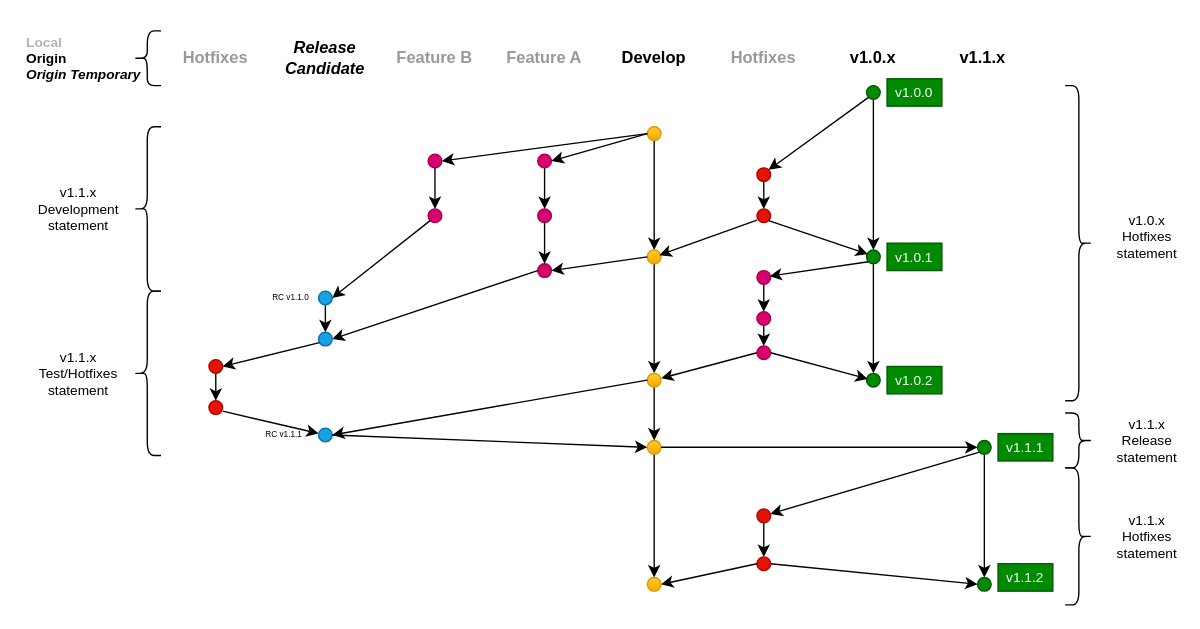
Earlier version of the draw.io diagram gitflow1.drawio (bigkernel/docs). Source tidied: cells renumbered, new cells numbered last; positions are measured from the earlier drawing's top-left corner, leaving out a move shared by most shapes. Both pictures are drawn from the tidied source at 137%, with x=0, y=0 at pixel (23, 23).
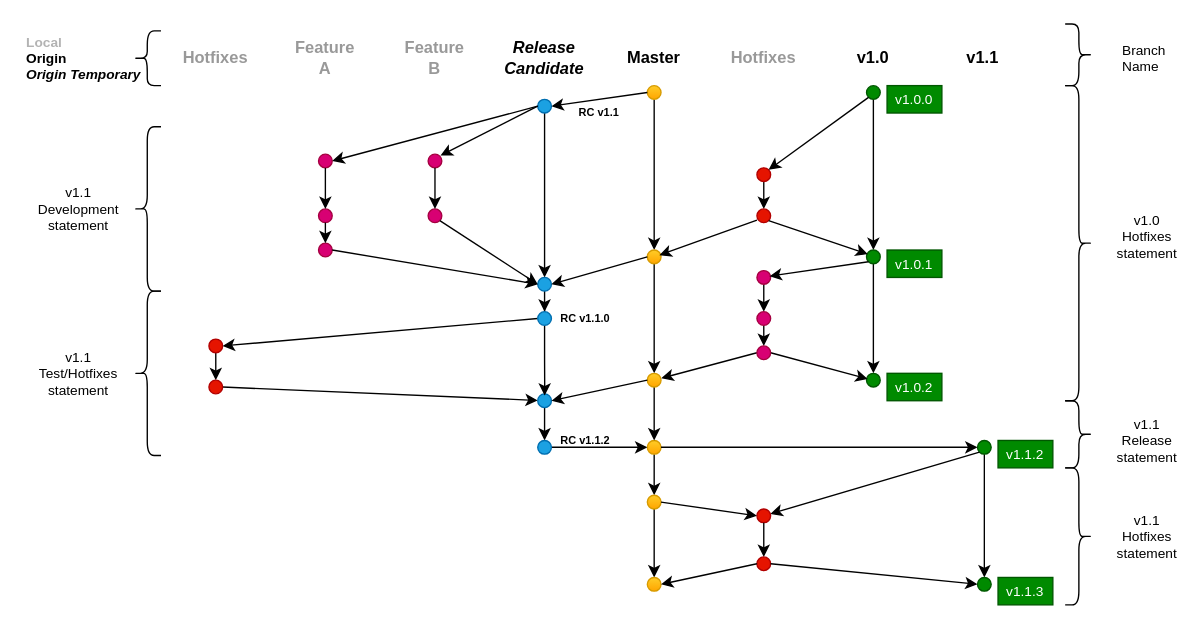
After the change.

Unchanged cells that the change refers to:
```xml
<mxCell id="15" style="ellipse;whiteSpace=wrap;html=1;fillColor=#d80073;strokeColor=#A50040;fontColor=#ffffff;" parent="1" vertex="1">
  <mxGeometry x="295" y="95" width="10" height="10" as="geometry" />
</mxCell>
<mxCell id="17" style="ellipse;whiteSpace=wrap;html=1;fillColor=#d80073;strokeColor=#A50040;fontColor=#ffffff;" parent="1" vertex="1">
  <mxGeometry x="295" y="135" width="10" height="10" as="geometry" />
</mxCell>
<mxCell id="37" style="ellipse;whiteSpace=wrap;html=1;fillColor=#ffcd28;strokeColor=#d79b00;gradientColor=#ffa500;" parent="1" vertex="1">
  <mxGeometry x="455" y="304" width="10" height="10" as="geometry" />
</mxCell>
<mxCell id="40" style="ellipse;whiteSpace=wrap;html=1;fillColor=#ffcd28;strokeColor=#d79b00;gradientColor=#ffa500;" parent="1" vertex="1">
  <mxGeometry x="455" y="165" width="10" height="10" as="geometry" />
</mxCell>
<mxCell id="65" style="ellipse;whiteSpace=wrap;html=1;fillColor=#e51400;strokeColor=#B20000;fontColor=#ffffff;" parent="1" vertex="1">
  <mxGeometry x="535" y="354" width="10" height="10" as="geometry" />
</mxCell>
<mxCell id="68" style="ellipse;whiteSpace=wrap;html=1;fillColor=#ffcd28;strokeColor=#d79b00;gradientColor=#ffa500;" parent="1" vertex="1">
  <mxGeometry x="455" y="404" width="10" height="10" as="geometry" />
</mxCell>
```

The edit, as a diff of the source:
```diff
@@
-    <mxCell id="2" value="v1.0.x" style="text;html=1;strokeColor=none;fillColor=none;align=center;verticalAlign=middle;whiteSpace=wrap;rounded=0;fontStyle=1;" parent="1" vertex="1">
+    <mxCell id="2" value="v1.0" style="text;html=1;strokeColor=none;fillColor=none;align=center;verticalAlign=middle;whiteSpace=wrap;rounded=0;fontStyle=1;" parent="1" vertex="1">
       <mxGeometry x="600" y="15" width="40" height="20" as="geometry" />
     </mxCell>
     <mxCell id="3" value="Release Candidate" style="text;html=1;strokeColor=none;fillColor=none;align=center;verticalAlign=middle;whiteSpace=wrap;rounded=0;fontStyle=3;" parent="1" vertex="1">
-      <mxGeometry x="200" y="15" width="40" height="20" as="geometry" />
+      <mxGeometry x="360" y="15" width="40" height="20" as="geometry" />
     </mxCell>
     <mxCell id="4" value="Feature A" style="text;html=1;strokeColor=none;fillColor=none;align=center;verticalAlign=middle;whiteSpace=wrap;rounded=0;fontColor=#999999;fontStyle=1;" parent="1" vertex="1">
-      <mxGeometry x="350" y="15" width="60" height="20" as="geometry" />
+      <mxGeometry x="200" y="15" width="40" height="20" as="geometry" />
     </mxCell>
-    <mxCell id="5" value="Develop" style="text;html=1;strokeColor=none;fillColor=none;align=center;verticalAlign=middle;whiteSpace=wrap;rounded=0;fontStyle=1;" parent="1" vertex="1">
+    <mxCell id="5" value="Master" style="text;html=1;strokeColor=none;fillColor=none;align=center;verticalAlign=middle;whiteSpace=wrap;rounded=0;fontStyle=1;" parent="1" vertex="1">
       <mxGeometry x="440" y="15" width="40" height="20" as="geometry" />
     </mxCell>
@@
     <mxCell id="10" style="ellipse;whiteSpace=wrap;html=1;fillColor=#ffcd28;strokeColor=#d79b00;gradientColor=#ffa500;" parent="1" vertex="1">
-      <mxGeometry x="455" y="75" width="10" height="10" as="geometry" />
+      <mxGeometry x="455" y="45" width="10" height="10" as="geometry" />
     </mxCell>
     <mxCell id="11" value="Feature B" style="text;html=1;strokeColor=none;fillColor=none;align=center;verticalAlign=middle;whiteSpace=wrap;rounded=0;fontColor=#999999;fontStyle=1;" parent="1" vertex="1">
-      <mxGeometry x="270" y="15" width="60" height="20" as="geometry" />
+      <mxGeometry x="280" y="15" width="40" height="20" as="geometry" />
     </mxCell>
     <mxCell id="12" style="ellipse;whiteSpace=wrap;html=1;fillColor=#d80073;strokeColor=#A50040;fontColor=#ffffff;" parent="1" vertex="1">
-      <mxGeometry x="375" y="95" width="10" height="10" as="geometry" />
+      <mxGeometry x="215" y="95" width="10" height="10" as="geometry" />
     </mxCell>
-    <mxCell id="13" style="endArrow=classic;html=1;exitX=0;exitY=0.5;exitDx=0;exitDy=0;entryX=1;entryY=0.5;entryDx=0;entryDy=0;elbow=vertical;" parent="1" edge="1" source="10" target="12">
-      <mxGeometry relative="1" as="geometry" />
-    </mxCell>
     <mxCell id="14" value="v1.0.0" style="text;html=1;strokeColor=#005700;fillColor=#008a00;align=center;verticalAlign=middle;whiteSpace=wrap;rounded=0;fontSize=10;fontColor=#ffffff;" parent="1" vertex="1">
-      <mxGeometry x="630" y="40" width="40" height="20" as="geometry" />
+      <mxGeometry x="630" y="45" width="40" height="20" as="geometry" />
     </mxCell>
@@
-    <mxCell id="16" style="endArrow=classic;html=1;exitX=0;exitY=0.5;exitDx=0;exitDy=0;entryX=1;entryY=0.5;entryDx=0;entryDy=0;elbow=vertical;" parent="1" edge="1" source="10" target="15">
-      <mxGeometry relative="1" as="geometry" />
-    </mxCell>
@@
     <mxCell id="18" style="ellipse;whiteSpace=wrap;html=1;fillColor=#d80073;strokeColor=#A50040;fontColor=#ffffff;" parent="1" vertex="1">
-      <mxGeometry x="375" y="175" width="10" height="10" as="geometry" />
+      <mxGeometry x="215" y="160" width="10" height="10" as="geometry" />
     </mxCell>
     <mxCell id="19" style="ellipse;whiteSpace=wrap;html=1;fillColor=#d80073;strokeColor=#A50040;fontColor=#ffffff;" parent="1" vertex="1">
-      <mxGeometry x="375" y="135" width="10" height="10" as="geometry" />
+      <mxGeometry x="215" y="135" width="10" height="10" as="geometry" />
     </mxCell>
@@
     <mxCell id="24" style="ellipse;whiteSpace=wrap;html=1;fillColor=#1ba1e2;strokeColor=#006EAF;fontColor=#ffffff;" parent="1" vertex="1">
-      <mxGeometry x="215" y="195" width="10" height="10" as="geometry" />
+      <mxGeometry x="375" y="55" width="10" height="10" as="geometry" />
     </mxCell>
-    <mxCell id="25" style="endArrow=classic;html=1;exitX=0;exitY=1;exitDx=0;exitDy=0;entryX=1;entryY=0.5;entryDx=0;entryDy=0;elbow=vertical;" parent="1" edge="1" source="17" target="24">
-      <mxGeometry relative="1" as="geometry" />
-    </mxCell>
-    <mxCell id="26" style="endArrow=classic;html=1;exitX=0;exitY=0.5;exitDx=0;exitDy=0;entryX=1;entryY=0.5;entryDx=0;entryDy=0;elbow=vertical;" parent="1" edge="1" source="18" target="29">
-      <mxGeometry relative="1" as="geometry" />
-    </mxCell>
-    <mxCell id="27" value="RC v1.1.0" style="text;html=1;strokeColor=none;fillColor=none;align=center;verticalAlign=middle;whiteSpace=wrap;rounded=0;fontSize=6;" parent="1" vertex="1">
-      <mxGeometry x="175" y="190" width="40" height="20" as="geometry" />
+    <mxCell id="27" value="RC v1.1" style="text;html=1;strokeColor=none;fillColor=none;align=center;verticalAlign=middle;whiteSpace=wrap;rounded=0;fontSize=8;fontStyle=1;" parent="1" vertex="1">
+      <mxGeometry x="400" y="55" width="40" height="20" as="geometry" />
     </mxCell>
-    <mxCell id="28" style="edgeStyle=none;rounded=0;jettySize=auto;html=1;fontSize=10;fontColor=#000000;exitX=1.003;exitY=0.765;exitDx=0;exitDy=0;exitPerimeter=0;" parent="1" edge="1" source="34" target="33">
+    <mxCell id="28" style="edgeStyle=none;rounded=0;jettySize=auto;html=1;fontSize=10;fontColor=#000000;exitX=1;exitY=0.5;exitDx=0;exitDy=0;" parent="1" edge="1" source="34" target="33">
       <mxGeometry relative="1" as="geometry" />
     </mxCell>
+    <mxCell id="91" style="edgeStyle=orthogonalEdgeStyle;rounded=0;jettySize=auto;html=1;" parent="1" edge="1" source="29" target="100">
+      <mxGeometry relative="1" as="geometry" />
+    </mxCell>
     <mxCell id="29" style="ellipse;whiteSpace=wrap;html=1;fillColor=#1ba1e2;strokeColor=#006EAF;fontColor=#ffffff;" parent="1" vertex="1">
-      <mxGeometry x="215" y="225" width="10" height="10" as="geometry" />
+      <mxGeometry x="375" y="185" width="10" height="10" as="geometry" />
     </mxCell>
@@
     <mxCell id="31" style="ellipse;whiteSpace=wrap;html=1;fillColor=#e51400;strokeColor=#B20000;fontColor=#ffffff;" parent="1" vertex="1">
-      <mxGeometry x="135" y="245" width="10" height="10" as="geometry" />
+      <mxGeometry x="135" y="230" width="10" height="10" as="geometry" />
     </mxCell>
-    <mxCell id="32" style="edgeStyle=none;rounded=0;jettySize=auto;html=1;fontSize=10;fontColor=#000000;entryX=1;entryY=0.5;entryDx=0;entryDy=0;exitX=0.068;exitY=0.765;exitDx=0;exitDy=0;exitPerimeter=0;" parent="1" edge="1" source="29" target="31">
+    <mxCell id="32" style="edgeStyle=none;rounded=0;jettySize=auto;html=1;fontSize=10;fontColor=#000000;entryX=1;entryY=0.5;entryDx=0;entryDy=0;exitX=0;exitY=0.5;exitDx=0;exitDy=0;" parent="1" edge="1" source="100" target="31">
       <mxGeometry relative="1" as="geometry" />
     </mxCell>
+    <mxCell id="92" style="edgeStyle=orthogonalEdgeStyle;rounded=0;jettySize=auto;html=1;fontSize=8;" parent="1" edge="1" source="33" target="102">
+      <mxGeometry relative="1" as="geometry" />
+    </mxCell>
     <mxCell id="33" style="ellipse;whiteSpace=wrap;html=1;fillColor=#1ba1e2;strokeColor=#006EAF;fontColor=#ffffff;" parent="1" vertex="1">
-      <mxGeometry x="215" y="295" width="10" height="10" as="geometry" />
+      <mxGeometry x="375" y="270" width="10" height="10" as="geometry" />
     </mxCell>
     <mxCell id="34" style="ellipse;whiteSpace=wrap;html=1;fillColor=#e51400;strokeColor=#B20000;fontColor=#ffffff;" parent="1" vertex="1">
-      <mxGeometry x="135" y="275" width="10" height="10" as="geometry" />
+      <mxGeometry x="135" y="260" width="10" height="10" as="geometry" />
     </mxCell>
-    <mxCell id="35" value="RC v1.1.1" style="text;html=1;strokeColor=none;fillColor=none;align=center;verticalAlign=middle;whiteSpace=wrap;rounded=0;fontSize=6;" parent="1" vertex="1">
-      <mxGeometry x="170" y="290" width="40" height="20" as="geometry" />
+    <mxCell id="35" value="RC v1.1.0" style="text;html=1;strokeColor=none;fillColor=none;align=center;verticalAlign=middle;whiteSpace=wrap;rounded=0;fontSize=8;fontStyle=1;" parent="1" vertex="1">
+      <mxGeometry x="390" y="205" width="40" height="20" as="geometry" />
     </mxCell>
-    <mxCell id="36" style="edgeStyle=none;rounded=0;jettySize=auto;html=1;fontSize=10;fontColor=#000000;" parent="1" edge="1" source="37" target="68">
+    <mxCell id="36" style="edgeStyle=none;rounded=0;jettySize=auto;html=1;fontSize=10;fontColor=#000000;exitX=0.5;exitY=1;exitDx=0;exitDy=0;" parent="1" edge="1" source="105" target="68">
       <mxGeometry relative="1" as="geometry" />
     </mxCell>
+    <mxCell id="93" style="edgeStyle=orthogonalEdgeStyle;rounded=0;jettySize=auto;html=1;fontSize=8;fontColor=#000000;" parent="1" edge="1" source="37" target="105">
+      <mxGeometry relative="1" as="geometry" />
+    </mxCell>
@@
-    <mxCell id="38" style="edgeStyle=none;rounded=0;jettySize=auto;html=1;fontSize=10;fontColor=#000000;exitX=1;exitY=0.5;exitDx=0;exitDy=0;entryX=0;entryY=0.5;entryDx=0;entryDy=0;" parent="1" edge="1" source="33" target="37">
+    <mxCell id="38" style="edgeStyle=none;rounded=0;jettySize=auto;html=1;fontSize=10;fontColor=#000000;exitX=1;exitY=0.5;exitDx=0;exitDy=0;entryX=0;entryY=0.5;entryDx=0;entryDy=0;" parent="1" edge="1" source="102" target="37">
       <mxGeometry relative="1" as="geometry" />
     </mxCell>
@@
     <mxCell id="52" value="v1.0.1" style="text;html=1;strokeColor=#005700;fillColor=#008a00;align=center;verticalAlign=middle;whiteSpace=wrap;rounded=0;fontSize=10;fontColor=#ffffff;" parent="1" vertex="1">
-      <mxGeometry x="630" y="160" width="40" height="20" as="geometry" />
+      <mxGeometry x="630" y="165" width="40" height="20" as="geometry" />
     </mxCell>
@@
     <mxCell id="59" value="v1.0.2" style="text;html=1;strokeColor=#005700;fillColor=#008a00;align=center;verticalAlign=middle;whiteSpace=wrap;rounded=0;fontSize=10;fontColor=#ffffff;" parent="1" vertex="1">
-      <mxGeometry x="630" y="250" width="40" height="20" as="geometry" />
+      <mxGeometry x="630" y="255" width="40" height="20" as="geometry" />
     </mxCell>
@@
-    <mxCell id="63" value="v1.1.1" style="text;html=1;strokeColor=#005700;fillColor=#008a00;align=center;verticalAlign=middle;whiteSpace=wrap;rounded=0;fontSize=10;fontColor=#ffffff;" parent="1" vertex="1">
-      <mxGeometry x="711" y="299" width="40" height="20" as="geometry" />
+    <mxCell id="63" value="v1.1.2" style="text;html=1;strokeColor=#005700;fillColor=#008a00;align=center;verticalAlign=middle;whiteSpace=wrap;rounded=0;fontSize=10;fontColor=#ffffff;" parent="1" vertex="1">
+      <mxGeometry x="711" y="304" width="40" height="20" as="geometry" />
     </mxCell>
@@
-    <mxCell id="72" value="v1.1.2" style="text;html=1;strokeColor=#005700;fillColor=#008a00;align=center;verticalAlign=middle;whiteSpace=wrap;rounded=0;fontSize=10;fontColor=#ffffff;" parent="1" vertex="1">
-      <mxGeometry x="711" y="394" width="40" height="20" as="geometry" />
+    <mxCell id="72" value="v1.1.3" style="text;html=1;strokeColor=#005700;fillColor=#008a00;align=center;verticalAlign=middle;whiteSpace=wrap;rounded=0;fontSize=10;fontColor=#ffffff;" parent="1" vertex="1">
+      <mxGeometry x="711" y="404" width="40" height="20" as="geometry" />
     </mxCell>
@@
-    <mxCell id="74" value="v1.1.x Development statement" style="text;html=1;strokeColor=none;fillColor=none;align=center;verticalAlign=middle;whiteSpace=wrap;rounded=0;fontSize=10;fontColor=#000000;" parent="1" vertex="1">
+    <mxCell id="74" value="v1.1 Development statement" style="text;html=1;strokeColor=none;fillColor=none;align=center;verticalAlign=middle;whiteSpace=wrap;rounded=0;fontSize=10;fontColor=#000000;" parent="1" vertex="1">
       <mxGeometry x="20" y="125" width="40" height="20" as="geometry" />
     </mxCell>
@@
-    <mxCell id="76" value="v1.1.x Test/Hotfixes statement" style="text;html=1;strokeColor=none;fillColor=none;align=center;verticalAlign=middle;whiteSpace=wrap;rounded=0;fontSize=10;fontColor=#000000;" parent="1" vertex="1">
+    <mxCell id="76" value="v1.1 Test/Hotfixes statement" style="text;html=1;strokeColor=none;fillColor=none;align=center;verticalAlign=middle;whiteSpace=wrap;rounded=0;fontSize=10;fontColor=#000000;" parent="1" vertex="1">
       <mxGeometry x="20" y="245" width="40" height="20" as="geometry" />
     </mxCell>
     <mxCell id="77" style="shape=curlyBracket;whiteSpace=wrap;html=1;rounded=1;fontSize=10;fontColor=#000000;direction=west;" parent="1" vertex="1">
-      <mxGeometry x="760" y="284" width="20" height="40" as="geometry" />
+      <mxGeometry x="760" y="275" width="20" height="49" as="geometry" />
     </mxCell>
-    <mxCell id="78" value="v1.1.x Release statement" style="text;html=1;strokeColor=none;fillColor=none;align=center;verticalAlign=middle;whiteSpace=wrap;rounded=0;fontSize=10;fontColor=#000000;" parent="1" vertex="1">
+    <mxCell id="78" value="v1.1 Release statement" style="text;html=1;strokeColor=none;fillColor=none;align=center;verticalAlign=middle;whiteSpace=wrap;rounded=0;fontSize=10;fontColor=#000000;" parent="1" vertex="1">
       <mxGeometry x="800" y="294" width="40" height="20" as="geometry" />
     </mxCell>
@@
-    <mxCell id="80" value="v1.1.x Hotfixes statement" style="text;html=1;strokeColor=none;fillColor=none;align=center;verticalAlign=middle;whiteSpace=wrap;rounded=0;fontSize=10;fontColor=#000000;" parent="1" vertex="1">
+    <mxCell id="80" value="v1.1 Hotfixes statement" style="text;html=1;strokeColor=none;fillColor=none;align=center;verticalAlign=middle;whiteSpace=wrap;rounded=0;fontSize=10;fontColor=#000000;" parent="1" vertex="1">
       <mxGeometry x="800" y="364" width="40" height="20" as="geometry" />
     </mxCell>
@@
-    <mxCell id="82" value="v1.0.x Hotfixes statement" style="text;html=1;strokeColor=none;fillColor=none;align=center;verticalAlign=middle;whiteSpace=wrap;rounded=0;fontSize=10;fontColor=#000000;" parent="1" vertex="1">
+    <mxCell id="82" value="v1.0 Hotfixes statement" style="text;html=1;strokeColor=none;fillColor=none;align=center;verticalAlign=middle;whiteSpace=wrap;rounded=0;fontSize=10;fontColor=#000000;" parent="1" vertex="1">
       <mxGeometry x="800" y="145" width="40" height="20" as="geometry" />
     </mxCell>
-    <mxCell id="83" style="endArrow=classic;html=1;exitX=0;exitY=0.5;exitDx=0;exitDy=0;elbow=vertical;entryX=1;entryY=0.5;entryDx=0;entryDy=0;" parent="1" edge="1" source="40" target="18">
-      <mxGeometry relative="1" as="geometry" />
-    </mxCell>
@@
-    <mxCell id="89" value="v1.1.x" style="text;html=1;strokeColor=none;fillColor=none;align=center;verticalAlign=middle;whiteSpace=wrap;rounded=0;fontStyle=1;" parent="1" vertex="1">
+    <mxCell id="89" value="v1.1" style="text;html=1;strokeColor=none;fillColor=none;align=center;verticalAlign=middle;whiteSpace=wrap;rounded=0;fontStyle=1;" parent="1" vertex="1">
       <mxGeometry x="680" y="15" width="40" height="20" as="geometry" />
     </mxCell>
@@
+    <mxCell id="94" style="endArrow=classic;html=1;entryX=1;entryY=0.5;entryDx=0;entryDy=0;exitX=0;exitY=0.5;exitDx=0;exitDy=0;" parent="1" edge="1" source="10" target="24">
+      <mxGeometry relative="1" as="geometry" />
+    </mxCell>
+    <mxCell id="95" style="endArrow=classic;html=1;exitX=0;exitY=0.5;exitDx=0;exitDy=0;" parent="1" edge="1" source="24">
+      <mxGeometry relative="1" as="geometry">
+        <mxPoint x="304" y="96" as="targetPoint" />
+      </mxGeometry>
+    </mxCell>
+    <mxCell id="96" style="endArrow=classic;html=1;entryX=1;entryY=0.5;entryDx=0;entryDy=0;exitX=0;exitY=0.5;exitDx=0;exitDy=0;" parent="1" edge="1" source="24" target="12">
+      <mxGeometry relative="1" as="geometry" />
+    </mxCell>
+    <mxCell id="97" style="endArrow=classic;html=1;entryX=0;entryY=0.5;entryDx=0;entryDy=0;exitX=1;exitY=1;exitDx=0;exitDy=0;" parent="1" edge="1" source="17" target="29">
+      <mxGeometry relative="1" as="geometry" />
+    </mxCell>
+    <mxCell id="26" style="endArrow=classic;html=1;entryX=0;entryY=0.5;entryDx=0;entryDy=0;exitX=1;exitY=0.5;exitDx=0;exitDy=0;" parent="1" edge="1" source="18" target="29">
+      <mxGeometry relative="1" as="geometry" />
+    </mxCell>
+    <mxCell id="98" style="endArrow=classic;html=1;entryX=1;entryY=0.5;entryDx=0;entryDy=0;exitX=0;exitY=0.5;exitDx=0;exitDy=0;" parent="1" edge="1" source="40" target="29">
+      <mxGeometry relative="1" as="geometry" />
+    </mxCell>
+    <mxCell id="99" style="edgeStyle=orthogonalEdgeStyle;rounded=0;jettySize=auto;html=1;entryX=0.512;entryY=0.127;entryDx=0;entryDy=0;entryPerimeter=0;" parent="1" edge="1" source="100" target="33">
+      <mxGeometry relative="1" as="geometry" />
+    </mxCell>
+    <mxCell id="100" style="ellipse;whiteSpace=wrap;html=1;fillColor=#1ba1e2;strokeColor=#006EAF;fontColor=#ffffff;" parent="1" vertex="1">
+      <mxGeometry x="375" y="210" width="10" height="10" as="geometry" />
+    </mxCell>
+    <mxCell id="101" value="RC v1.1.2" style="text;html=1;strokeColor=none;fillColor=none;align=center;verticalAlign=middle;whiteSpace=wrap;rounded=0;fontSize=8;fontStyle=1;" parent="1" vertex="1">
+      <mxGeometry x="390" y="294" width="40" height="20" as="geometry" />
+    </mxCell>
+    <mxCell id="102" style="ellipse;whiteSpace=wrap;html=1;fillColor=#1ba1e2;strokeColor=#006EAF;fontColor=#ffffff;" parent="1" vertex="1">
+      <mxGeometry x="375" y="304" width="10" height="10" as="geometry" />
+    </mxCell>
+    <mxCell id="103" value="&lt;font&gt;Branch Name&lt;/font&gt;" style="text;html=1;strokeColor=none;fillColor=none;align=left;verticalAlign=middle;whiteSpace=wrap;rounded=0;fontSize=10;fontStyle=0;" parent="1" vertex="1">
+      <mxGeometry x="800" y="17.5" width="30" height="15" as="geometry" />
+    </mxCell>
+    <mxCell id="104" style="shape=curlyBracket;whiteSpace=wrap;html=1;rounded=1;fontSize=10;fontColor=#000000;direction=west;" parent="1" vertex="1">
+      <mxGeometry x="760" width="20" height="45" as="geometry" />
+    </mxCell>
+    <mxCell id="105" style="ellipse;whiteSpace=wrap;html=1;fillColor=#ffcd28;strokeColor=#d79b00;gradientColor=#ffa500;" parent="1" vertex="1">
+      <mxGeometry x="455" y="344" width="10" height="10" as="geometry" />
+    </mxCell>
+    <mxCell id="106" style="edgeStyle=none;rounded=0;jettySize=auto;html=1;fontSize=10;fontColor=#000000;exitX=1;exitY=0.5;exitDx=0;exitDy=0;entryX=0;entryY=0.5;entryDx=0;entryDy=0;" parent="1" edge="1" source="105" target="65">
+      <mxGeometry relative="1" as="geometry" />
+    </mxCell>
```
